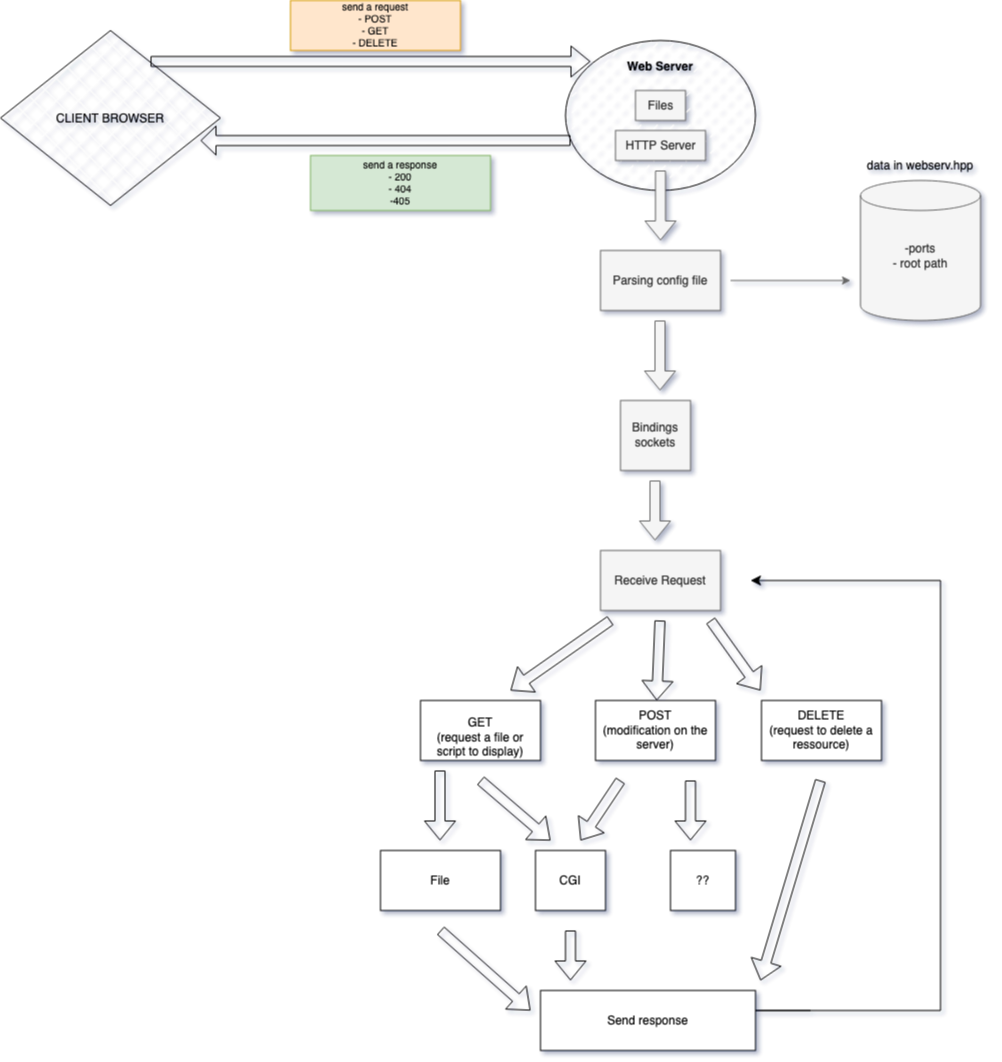
This is Diagram Webserv.drawio.png from es4nchez/webserv, a draw.io export, as it was before one commit. Source tidied: cells renumbered, new cells last; positions are measured from the earlier drawing's top-left corner, leaving out a move shared by most shapes.
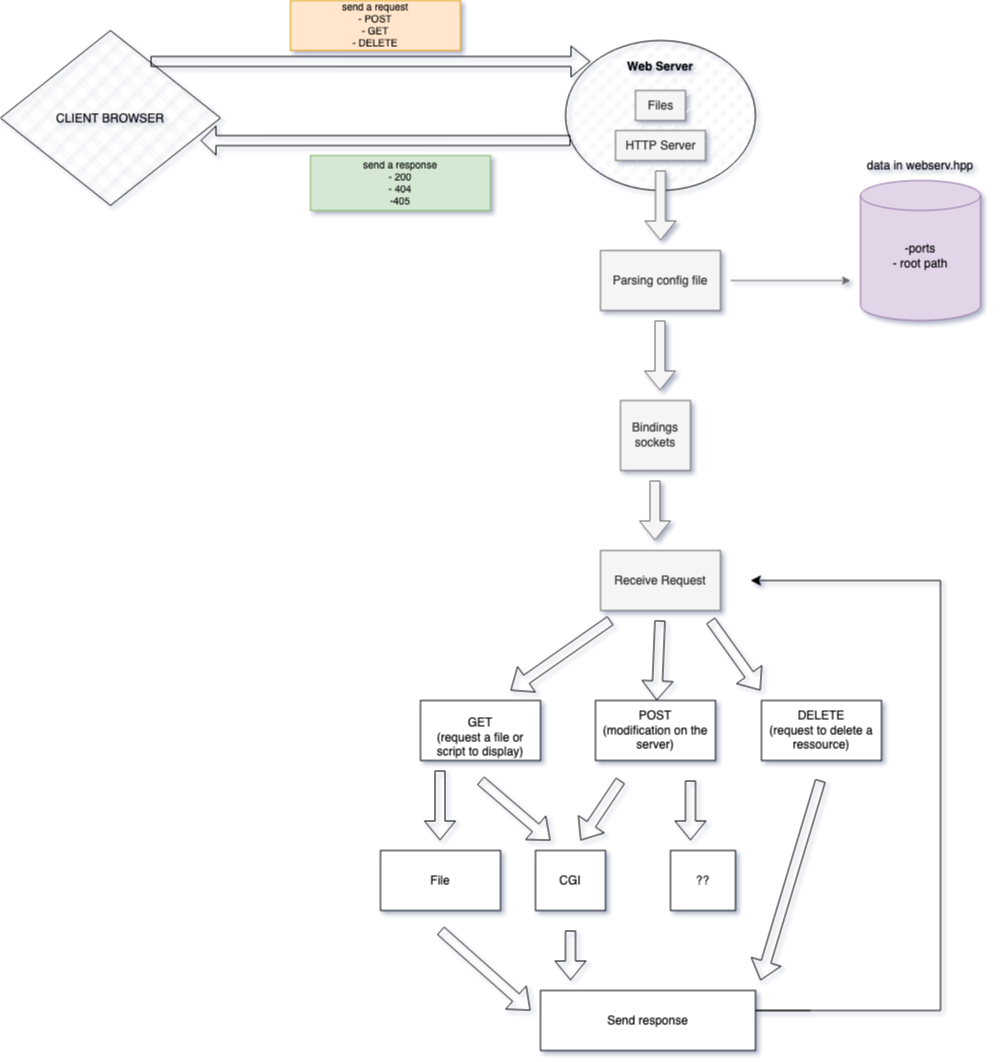
Later version of the same file.

Commit message:
Mettre à jour Diagram Webserv.drawio.png

What changed in the source:
```diff
@@ -23,7 +23,7 @@
         <mxPoint x="850" y="280" as="targetPoint" />
       </mxGeometry>
     </mxCell>
-    <mxCell id="7" value="&lt;div&gt;-ports&lt;/div&gt;&lt;div&gt;- root path&lt;/div&gt;&lt;div&gt;&lt;br&gt;&lt;/div&gt;" style="shape=cylinder3;whiteSpace=wrap;html=1;boundedLbl=1;backgroundOutline=1;size=15;fillColor=#f5f5f5;fontColor=#333333;strokeColor=#666666;" parent="1" vertex="1">
+    <mxCell id="7" value="&lt;div&gt;-ports&lt;/div&gt;&lt;div&gt;- root path&lt;/div&gt;&lt;div&gt;&lt;br&gt;&lt;/div&gt;" style="shape=cylinder3;whiteSpace=wrap;html=1;boundedLbl=1;backgroundOutline=1;size=15;fillColor=#e1d5e7;strokeColor=#9673a6;" parent="1" vertex="1">
       <mxGeometry x="860" y="180" width="120" height="140" as="geometry" />
     </mxCell>
     <mxCell id="8" value="data in webserv.hpp" style="text;html=1;strokeColor=none;fillColor=none;align=center;verticalAlign=middle;whiteSpace=wrap;rounded=0;" parent="1" vertex="1">
```
